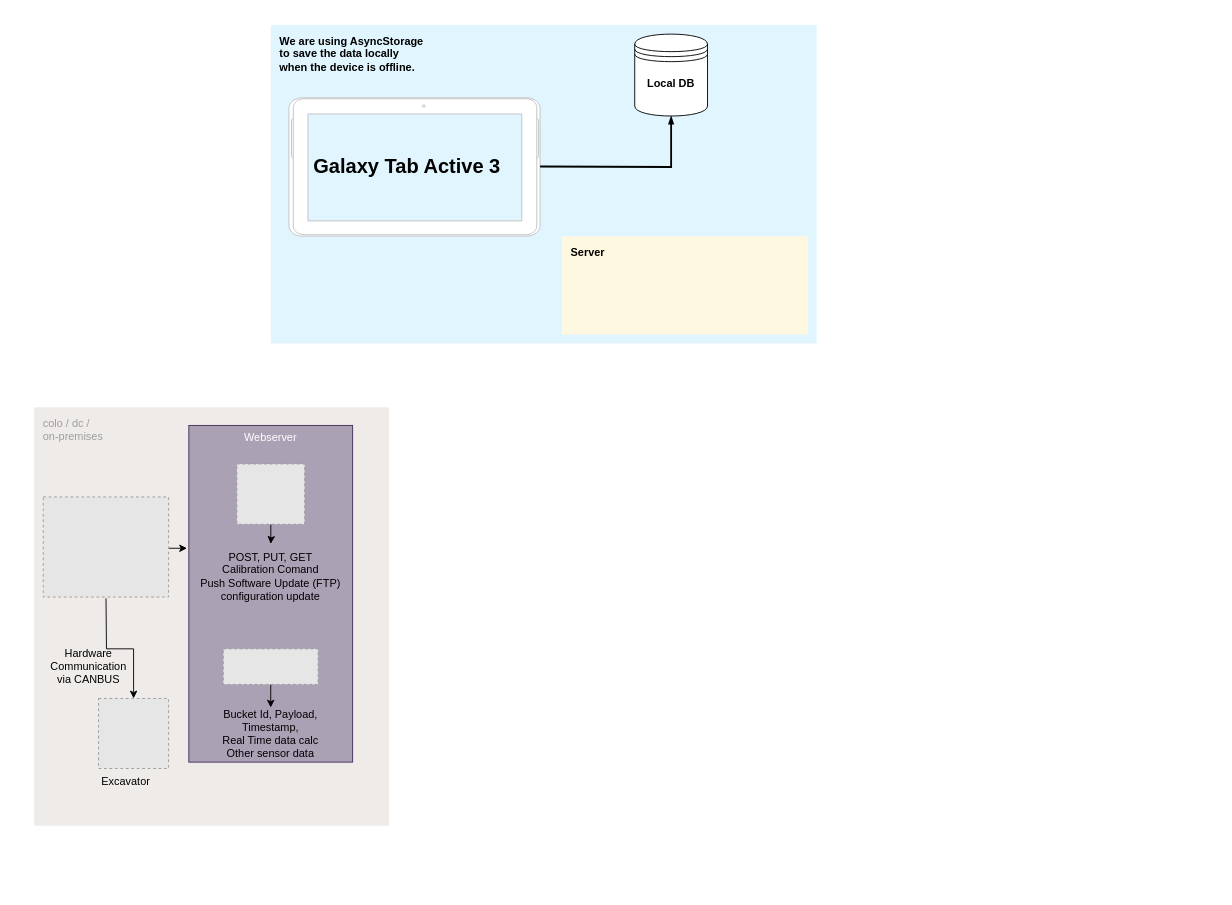
Before: PayloadAppUpdated.drawio in Raptor-Tech/Diagram, a draw.io diagram. Source tidied: cells renumbered, new cells numbered last; positions are measured from the earlier drawing's top-left corner, leaving out a move shared by most shapes. Both pictures are drawn from the tidied source at 91%, with x=0, y=0 at pixel (34, 25). Pictures stored in the file or linked from it are replaced by grey dashed boxes.
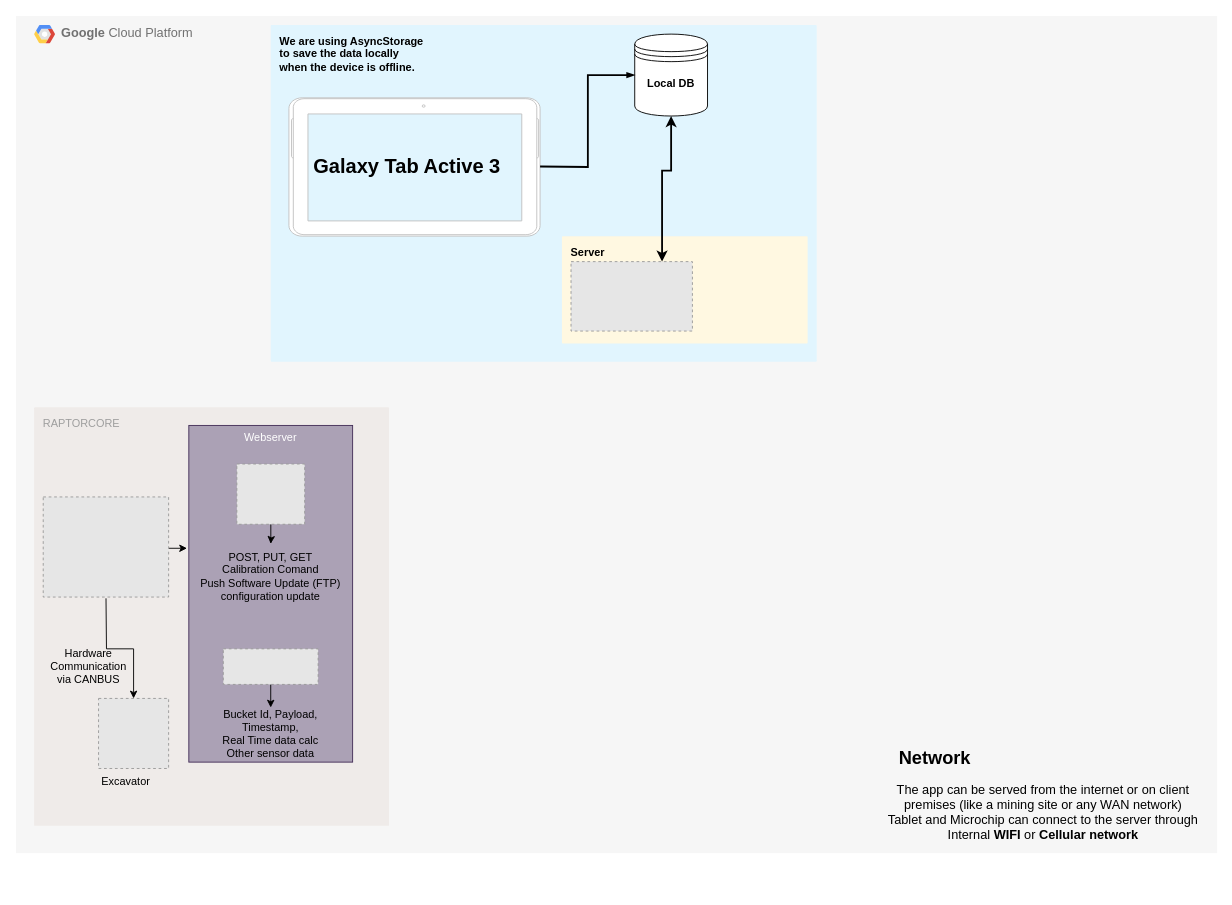
After the change.

Unchanged cells that the change refers to:
```xml
<mxCell id="5" style="shape=datastore;whiteSpace=wrap;html=1;" parent="1" vertex="1">
  <mxGeometry x="660" y="10" width="80" height="90" as="geometry" />
</mxCell>
```

Change to the diagram source:
```diff
@@
+    <mxCell id="24" value="&lt;b&gt;Google &lt;/b&gt;Cloud Platform" style="fillColor=#F6F6F6;strokeColor=none;shadow=0;gradientColor=none;fontSize=14;align=left;spacing=10;fontColor=#717171;9E9E9E;verticalAlign=top;spacingTop=-4;fontStyle=0;spacingLeft=40;html=1;whiteSpace=wrap;" parent="1" vertex="1">
+      <mxGeometry x="-20" y="-10" width="1320" height="920" as="geometry" />
+    </mxCell>
+    <mxCell id="25" style="shape=mxgraph.gcp2.google_cloud_platform;fillColor=#F6F6F6;strokeColor=none;shadow=0;gradientColor=none;" parent="24" vertex="1">
+      <mxGeometry width="23" height="20" relative="1" as="geometry">
+        <mxPoint x="20" y="10" as="offset" />
+      </mxGeometry>
+    </mxCell>
+    <mxCell id="26" value="&lt;font style=&quot;font-size: 14px;&quot;&gt;The app can be served from the internet or on client&lt;br&gt;premises (like a mining site or any WAN network)&lt;br&gt;Tablet and Microchip can connect to the server through&lt;br&gt;Internal &lt;b&gt;WIFI &lt;/b&gt;or &lt;b&gt;Cellular network&lt;/b&gt;&lt;/font&gt;" style="text;strokeColor=none;align=center;fillColor=none;html=1;verticalAlign=middle;whiteSpace=wrap;rounded=0;" parent="24" vertex="1">
+      <mxGeometry x="944" y="790" width="370" height="170" as="geometry" />
+    </mxCell>
+    <mxCell id="27" value="&lt;b&gt;&lt;font style=&quot;font-size: 20px;&quot;&gt;Network&lt;/font&gt;&lt;/b&gt;" style="text;strokeColor=none;align=center;fillColor=none;html=1;verticalAlign=middle;whiteSpace=wrap;rounded=0;" parent="24" vertex="1">
+      <mxGeometry x="980" y="800" width="60" height="30" as="geometry" />
+    </mxCell>
-    <mxCell id="2" value="colo / dc /&#10;on-premises" style="sketch=0;rounded=1;absoluteArcSize=1;arcSize=2;html=1;strokeColor=none;gradientColor=none;shadow=0;dashed=0;fontSize=12;fontColor=#9E9E9E;align=left;verticalAlign=top;spacing=10;spacingTop=-4;whiteSpace=wrap;fillColor=#EFEBE9;" parent="1" vertex="1">
+    <mxCell id="2" value="RAPTORCORE" style="sketch=0;rounded=1;absoluteArcSize=1;arcSize=2;html=1;strokeColor=none;gradientColor=none;shadow=0;dashed=0;fontSize=12;fontColor=#9E9E9E;align=left;verticalAlign=top;spacing=10;spacingTop=-4;whiteSpace=wrap;fillColor=#EFEBE9;" parent="1" vertex="1">
       <mxGeometry y="420" width="390" height="460" as="geometry" />
     </mxCell>
     <mxCell id="3" value="&lt;b&gt;&lt;font color=&quot;#000000&quot;&gt;We are using AsyncStorage&lt;br&gt;to save the data locally&lt;br&gt;when the device is offline.&amp;nbsp;&lt;/font&gt;&lt;/b&gt;" style="sketch=0;rounded=1;absoluteArcSize=1;arcSize=2;html=1;strokeColor=none;gradientColor=none;shadow=0;dashed=0;fontSize=12;fontColor=#9E9E9E;align=left;verticalAlign=top;spacing=10;spacingTop=-4;whiteSpace=wrap;fillColor=#E1F5FE;" parent="1" vertex="1">
-      <mxGeometry x="260" width="600" height="350" as="geometry" />
+      <mxGeometry x="260" width="600" height="370" as="geometry" />
     </mxCell>
@@
-    <mxCell id="6" style="edgeStyle=orthogonalEdgeStyle;fontSize=12;html=1;endArrow=blockThin;endFill=1;rounded=0;strokeWidth=2;endSize=4;startSize=4;dashed=0;strokeColor=#000000;entryX=0.5;entryY=1;entryDx=0;entryDy=0;" parent="1" edge="1" target="5">
+    <mxCell id="6" style="edgeStyle=orthogonalEdgeStyle;fontSize=12;html=1;endArrow=blockThin;endFill=1;rounded=0;strokeWidth=2;endSize=4;startSize=4;dashed=0;strokeColor=#000000;entryX=0;entryY=0.5;entryDx=0;entryDy=0;" parent="1" edge="1" target="5">
       <mxGeometry relative="1" as="geometry">
         <mxPoint x="556" y="155.5" as="sourcePoint" />
       </mxGeometry>
     </mxCell>
@@
     <mxCell id="9" value="&lt;b&gt;&lt;font color=&quot;#000000&quot;&gt;Server&lt;/font&gt;&lt;/b&gt;" style="sketch=0;rounded=1;absoluteArcSize=1;arcSize=2;html=1;strokeColor=none;gradientColor=none;shadow=0;dashed=0;fontSize=12;fontColor=#9E9E9E;align=left;verticalAlign=top;spacing=10;spacingTop=-4;whiteSpace=wrap;fillColor=#FFF8E1;" parent="1" vertex="1">
-      <mxGeometry x="580" y="232" width="270" height="108" as="geometry" />
+      <mxGeometry x="580" y="232" width="270" height="118" as="geometry" />
     </mxCell>
@@
+    <mxCell id="28" style="fillColor=#E6E6E6;strokeColor=#999999;dashed=1;verticalLabelPosition=bottom;labelBackgroundColor=default;verticalAlign=top;" parent="1" vertex="1">
+      <mxGeometry x="590" y="260" width="133.4" height="76.3" as="geometry" />
+    </mxCell>
+    <mxCell id="29" style="edgeStyle=elbowEdgeStyle;rounded=0;elbow=vertical;html=1;labelBackgroundColor=#ffffff;startArrow=classic;startFill=1;startSize=6;endArrow=classic;endFill=1;endSize=6;jettySize=auto;strokeWidth=2;fontSize=14;exitX=0.75;exitY=0;exitDx=0;exitDy=0;entryX=0.5;entryY=1;entryDx=0;entryDy=0;" parent="1" edge="1" source="28" target="5">
+      <mxGeometry relative="1" as="geometry">
+        <Array as="points">
+          <mxPoint x="710" y="160" />
+          <mxPoint x="750" y="200" />
+          <mxPoint x="800" y="150" />
+        </Array>
+      </mxGeometry>
+    </mxCell>
```
